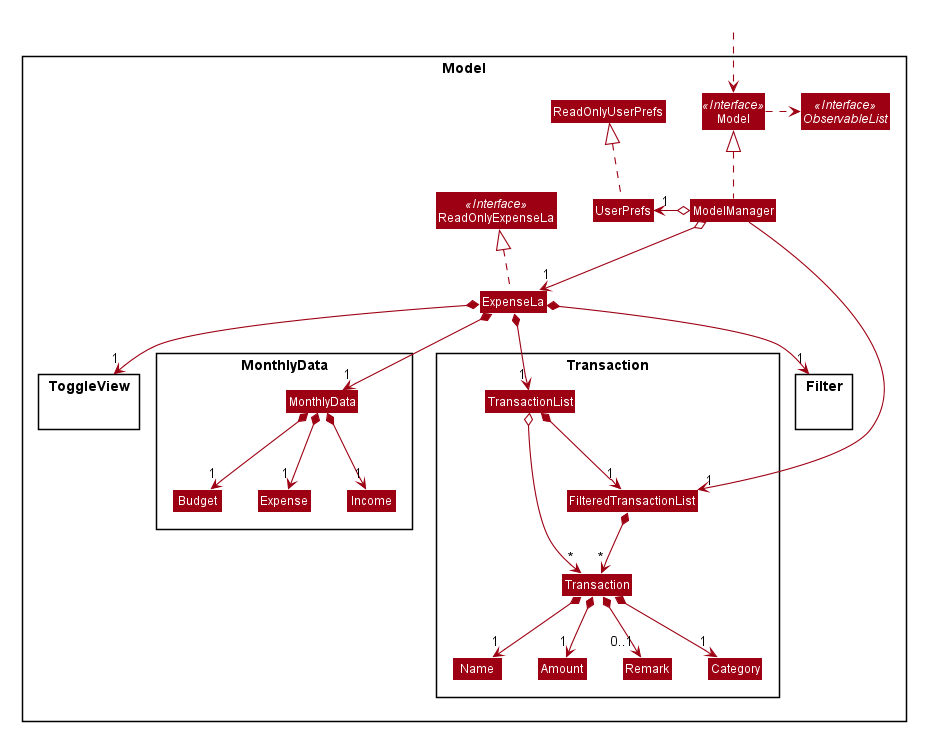
The PlantUML diagram images/ModelClassDiagram.png in AY1920S2-CS2103-T09-3/main, before a commit.
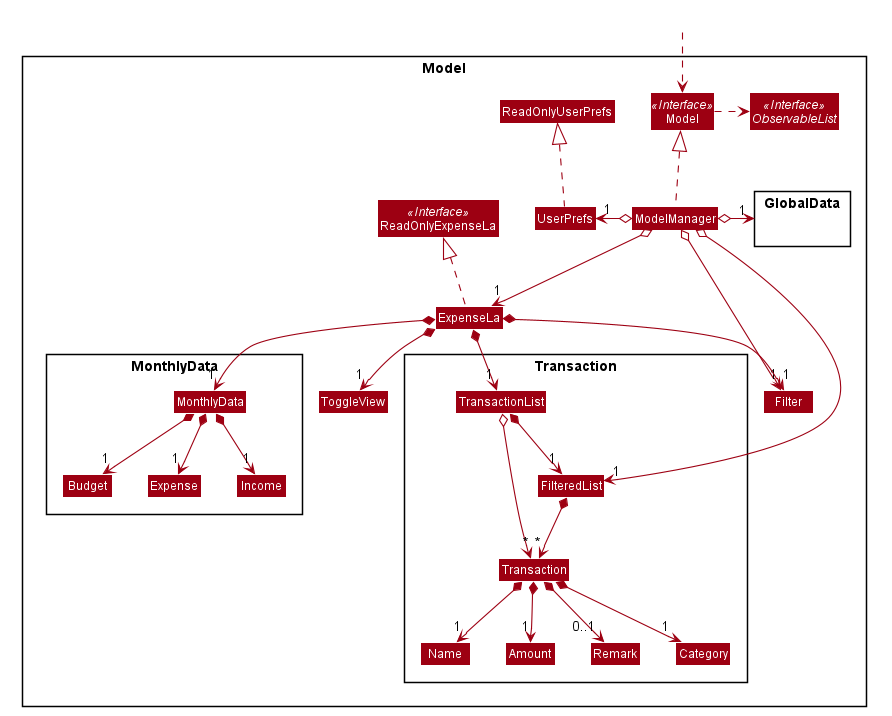
Above is the later version.

Diff of the diagram source:
```diff
@@ -62,6 +62,9 @@
 Class ModelManager
 Class UserPrefs
 Class ReadOnlyUserPrefs
+Class Filter
+Class Filter
+Class ToggleView
 
 
 Package Transaction {
@@ -70,7 +73,7 @@
 Class Category
 Class Name
 Class Amount
-Class FilteredTransactionList
+Class FilteredList
 Class TransactionList
 }
 
@@ -81,11 +84,7 @@
 Class Income
 }
 
-Package Filter {
-
-}
-
-Package ToggleView {
+Package GlobalData{
 
 }
 
@@ -97,12 +96,15 @@
 ModelManager .up.|> Model
 Model .right.> ObservableList
 ModelManager o--> "1" ExpenseLa
+ModelManager o-right-> "1" GlobalData
+ModelManager o-right-> "1" Filter
 ModelManager o-left-> "1" UserPrefs
+ModelManager o-down-> "1" FilteredList
 UserPrefs .up.|> ReadOnlyUserPrefs
 
 ExpenseLa *--> "1" TransactionList
 TransactionList o--> "*" Transaction
-TransactionList *--> "1" FilteredTransactionList
+TransactionList *--> "1" FilteredList
 Transaction *--> "1" Name
 Transaction *--> "1" Amount
 Transaction *--> "1" Category
@@ -121,6 +123,6 @@
 Amount -[hidden]right-> Remark
 Remark -[hidden]right-> Category
 
-ModelManager -->"1" FilteredTransactionList
-FilteredTransactionList *--> "*" Transaction
+
+FilteredList *--> "*" Transaction
 @enduml
```
